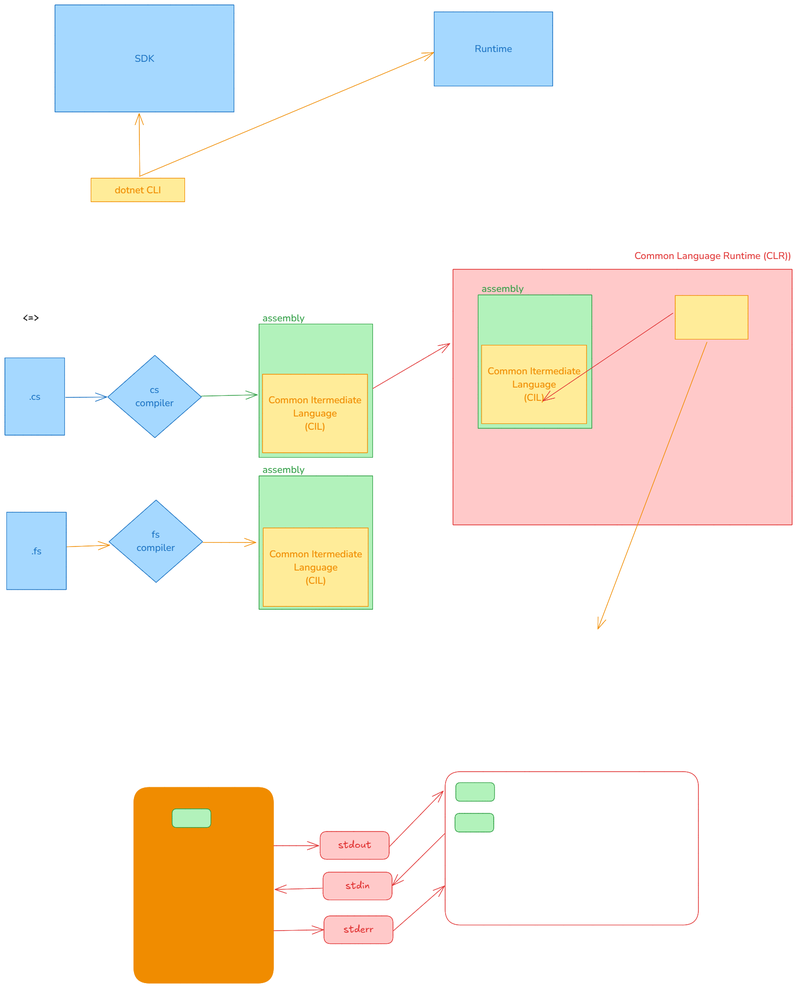
This is img/01_dotnet.excalidraw.png from silvercodes/p41_dotnet_cs, a Excalidraw export, as it was before one commit. Source tidied: one line per element, renumbered; positions are measured from the earlier drawing's top-left corner, leaving out a move shared by most shapes.
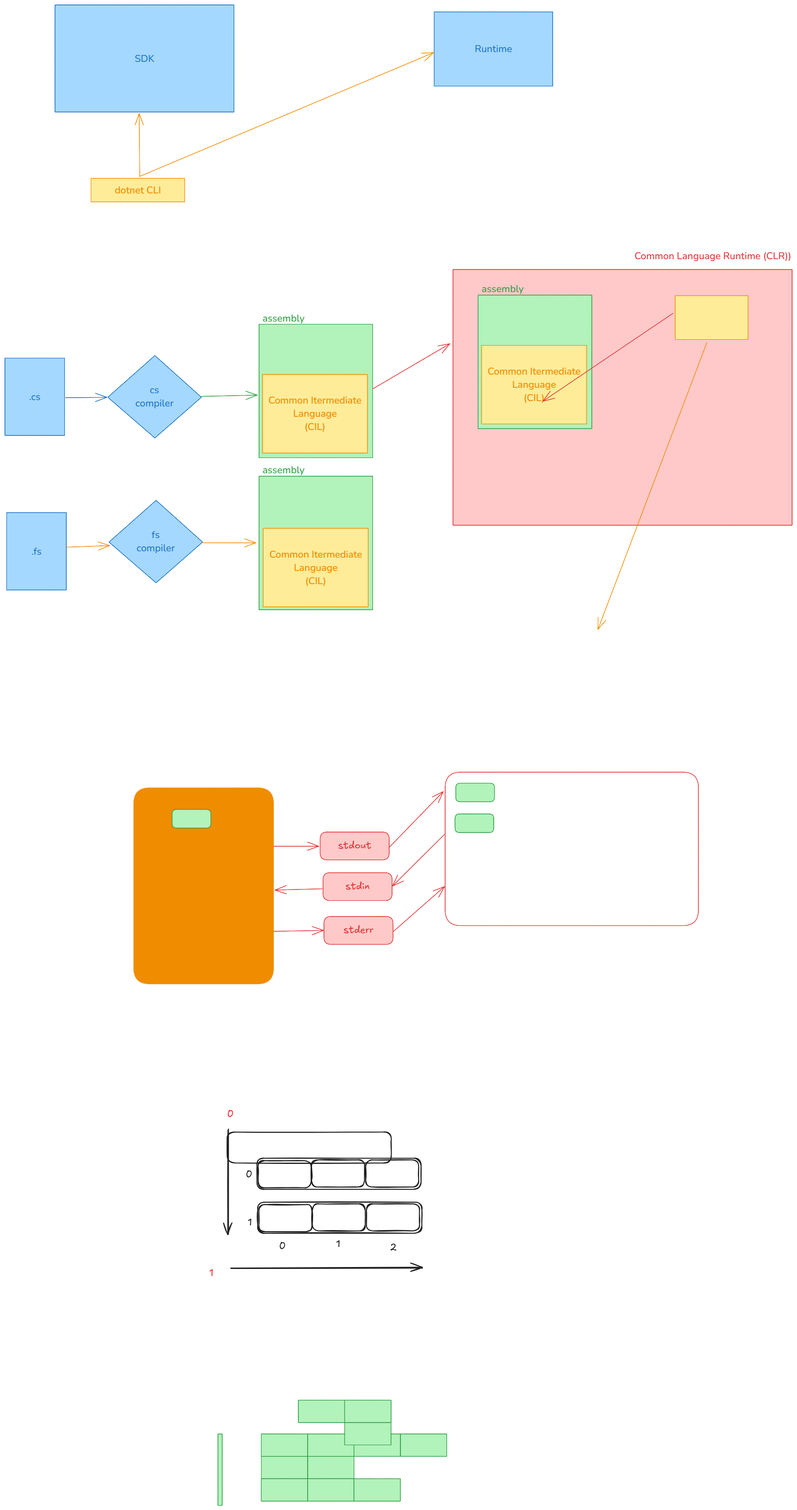
After the commit.

Change to the diagram source:
```diff
@@ -53,3 +53,30 @@
 {"id": 52, "type": "rectangle", "strokeColor": "#2f9e44", "backgroundColor": "#b2f2bb", "fillStyle": "solid", "strokeWidth": 1, "roughness": 0, "round": true, "x": 919, "y": 1585, "width": 79, "height": 38}
 {"id": 53, "type": "rectangle", "strokeColor": "#2f9e44", "backgroundColor": "#b2f2bb", "fillStyle": "solid", "strokeWidth": 1, "roughness": 0, "round": true, "x": 341, "y": 1639, "width": 79, "height": 38}
 {"id": 54, "type": "rectangle", "strokeColor": "#2f9e44", "backgroundColor": "#b2f2bb", "fillStyle": "solid", "strokeWidth": 1, "roughness": 0, "round": true, "x": 917, "y": 1648, "width": 79, "height": 38}
+{"id": 55, "type": "rectangle", "strokeColor": "#1e1e1e", "strokeWidth": 2, "roughness": 1, "round": true, "x": 514, "y": 2350, "width": 334, "height": 63}
+{"id": 56, "type": "arrow", "strokeColor": "#1e1e1e", "strokeWidth": 2, "roughness": 1, "endArrowhead": "arrow", "round": true, "x": 454, "y": 2291, "width": 2, "height": 214, "points": [[0, 0], [2, 214]]}
+{"id": 57, "type": "text", "text": "0", "strokeColor": "#e03131", "strokeWidth": 2, "roughness": 1, "fontSize": 20, "fontFamily": 5, "x": 453, "y": 2248, "width": 13, "height": 25}
+{"id": 58, "type": "text", "text": "0", "strokeColor": "#1e1e1e", "strokeWidth": 2, "roughness": 1, "fontSize": 20, "fontFamily": 5, "x": 491, "y": 2371, "width": 13, "height": 25}
+{"id": 59, "type": "text", "text": "1", "strokeColor": "#1e1e1e", "strokeWidth": 2, "roughness": 1, "fontSize": 20, "fontFamily": 5, "x": 495, "y": 2469, "width": 9, "height": 25}
+{"id": 60, "type": "rectangle", "strokeColor": "#1e1e1e", "strokeWidth": 2, "roughness": 1, "round": true, "x": 516, "y": 2354, "width": 108, "height": 55}
+{"id": 61, "type": "rectangle", "strokeColor": "#1e1e1e", "strokeWidth": 2, "roughness": 1, "round": true, "x": 625, "y": 2353, "width": 108, "height": 55}
+{"id": 62, "type": "rectangle", "strokeColor": "#1e1e1e", "strokeWidth": 2, "roughness": 1, "round": true, "x": 735, "y": 2353, "width": 108, "height": 55}
+{"id": 63, "type": "rectangle", "strokeColor": "#1e1e1e", "strokeWidth": 2, "roughness": 1, "round": true, "x": 515, "y": 2439, "width": 334, "height": 63}
+{"id": 64, "type": "rectangle", "strokeColor": "#1e1e1e", "strokeWidth": 2, "roughness": 1, "round": true, "x": 518, "y": 2444, "width": 108, "height": 55}
+{"id": 65, "type": "rectangle", "strokeColor": "#1e1e1e", "strokeWidth": 2, "roughness": 1, "round": true, "x": 626, "y": 2442, "width": 108, "height": 55}
+{"id": 66, "type": "rectangle", "strokeColor": "#1e1e1e", "strokeWidth": 2, "roughness": 1, "round": true, "x": 737, "y": 2442, "width": 108, "height": 55}
+{"id": 67, "type": "arrow", "strokeColor": "#1e1e1e", "strokeWidth": 2, "roughness": 1, "endArrowhead": "arrow", "round": true, "x": 460, "y": 2574, "width": 390, "height": 1, "points": [[0, 0], [390, -1]]}
+{"id": 68, "type": "text", "text": "1", "strokeColor": "#e03131", "strokeWidth": 2, "roughness": 1, "fontSize": 20, "fontFamily": 5, "x": 416, "y": 2571, "width": 9, "height": 25}
+{"id": 69, "type": "text", "text": "0", "strokeColor": "#1e1e1e", "strokeWidth": 2, "roughness": 1, "fontSize": 20, "fontFamily": 5, "x": 559, "y": 2517, "width": 13, "height": 25}
+{"id": 70, "type": "text", "text": "1", "strokeColor": "#1e1e1e", "strokeWidth": 2, "roughness": 1, "fontSize": 20, "fontFamily": 5, "x": 675, "y": 2513, "width": 9, "height": 25}
+{"id": 71, "type": "text", "text": "2", "strokeColor": "#1e1e1e", "strokeWidth": 2, "roughness": 1, "fontSize": 20, "fontFamily": 5, "x": 785, "y": 2520, "width": 14, "height": 25}
+{"id": 72, "type": "rectangle", "strokeColor": "#2f9e44", "backgroundColor": "#b2f2bb", "fillStyle": "solid", "strokeWidth": 1, "roughness": 0, "x": 522, "y": 2911, "width": 94, "height": 46}
+{"id": 73, "type": "rectangle", "strokeColor": "#2f9e44", "backgroundColor": "#b2f2bb", "fillStyle": "solid", "strokeWidth": 1, "roughness": 0, "x": 617, "y": 2911, "width": 94, "height": 46}
+{"id": 74, "type": "rectangle", "strokeColor": "#2f9e44", "backgroundColor": "#b2f2bb", "fillStyle": "solid", "strokeWidth": 1, "roughness": 0, "x": 711, "y": 2911, "width": 94, "height": 46}
+{"id": 75, "type": "rectangle", "strokeColor": "#2f9e44", "backgroundColor": "#b2f2bb", "fillStyle": "solid", "strokeWidth": 1, "roughness": 0, "x": 806, "y": 2911, "width": 94, "height": 46}
+{"id": 76, "type": "rectangle", "strokeColor": "#2f9e44", "backgroundColor": "#b2f2bb", "fillStyle": "solid", "strokeWidth": 1, "roughness": 0, "x": 522, "y": 2957, "width": 94, "height": 46}
+{"id": 77, "type": "rectangle", "strokeColor": "#2f9e44", "backgroundColor": "#b2f2bb", "fillStyle": "solid", "strokeWidth": 1, "roughness": 0, "x": 617, "y": 2957, "width": 94, "height": 46}
+{"id": 78, "type": "rectangle", "strokeColor": "#2f9e44", "backgroundColor": "#b2f2bb", "fillStyle": "solid", "strokeWidth": 1, "roughness": 0, "x": 522, "y": 3002, "width": 94, "height": 46}
+{"id": 79, "type": "rectangle", "strokeColor": "#2f9e44", "backgroundColor": "#b2f2bb", "fillStyle": "solid", "strokeWidth": 1, "roughness": 0, "x": 617, "y": 3002, "width": 94, "height": 46}
+{"id": 80, "type": "rectangle", "strokeColor": "#2f9e44", "backgroundColor": "#b2f2bb", "fillStyle": "solid", "strokeWidth": 1, "roughness": 0, "x": 711, "y": 3002, "width": 94, "height": 46}
+{"id": 81, "type": "rectangle", "strokeColor": "#2f9e44", "backgroundColor": "#b2f2bb", "fillStyle": "solid", "strokeWidth": 1, "roughness": 0, "x": 434, "y": 2911, "width": 9, "height": 145}
```
